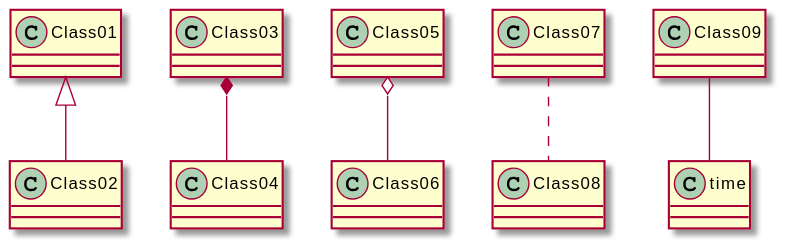
Above: meilenstein_03/test.svg in weichware10/meilensteine (PlantUML), before the change.
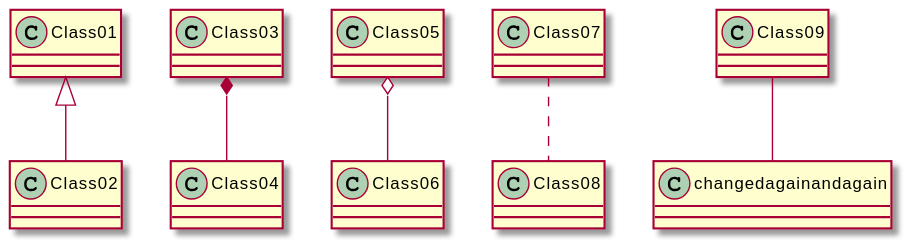
Later version of the same file.

Commit message:
Render PlantUML SVGs

Diff of the diagram source:
```diff
@@ -3,5 +3,5 @@
 Class03 *-- Class04
 Class05 o-- Class06
 Class07 .. Class08
-Class09 -- time
+Class09 -- changedagainandagain
 @enduml
```
